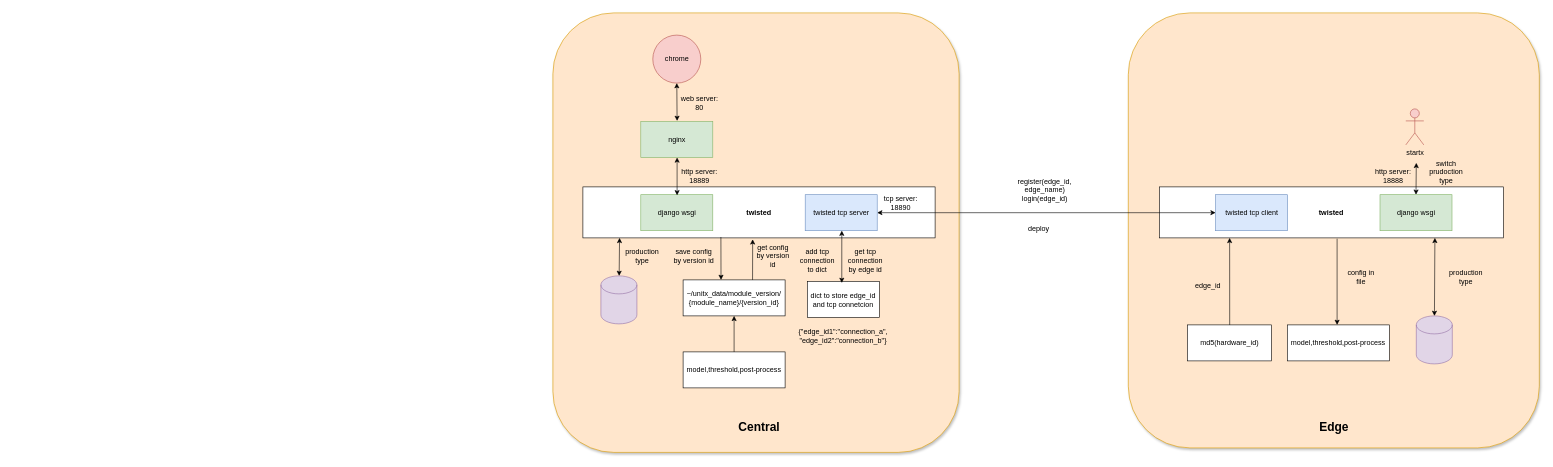
The draw.io diagram 未命名绘图.drawio in luoben137/roben, before the edit. Source tidied: cells renumbered, new cells numbered last; positions are measured from the earlier drawing's top-left corner, leaving out a move shared by most shapes. Both pictures are drawn from the tidied source at 60%, with x=0, y=0 at pixel (553, 13).
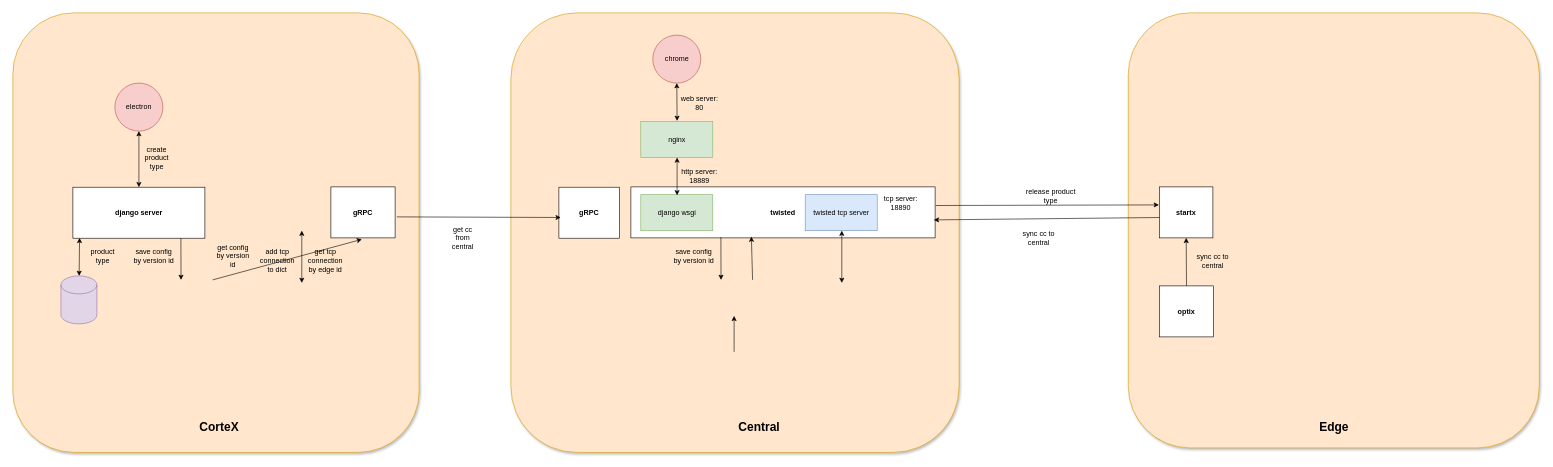
Above is the later version.

Commit message:
更新未命名绘图.drawio

Unchanged cells that the change refers to:
```xml
<mxCell id="43" value="twisted tcp server" style="rounded=0;whiteSpace=wrap;html=1;fillColor=#dae8fc;strokeColor=#6c8ebf;" parent="1" vertex="1">
  <mxGeometry x="420.5" y="303" width="120" height="60" as="geometry" />
</mxCell>
```

Diff of the diagram source:
```diff
@@
     <mxCell id="3" style="rounded=1;whiteSpace=wrap;html=1;fillColor=#ffe6cc;strokeColor=#d79b00;shadow=1;" parent="1" vertex="1">
-      <mxGeometry width="677" height="732.5" as="geometry" />
+      <mxGeometry x="-70" width="747" height="732.5" as="geometry" />
     </mxCell>
     <mxCell id="4" value="&lt;b&gt;twisted&lt;/b&gt;" style="rounded=0;whiteSpace=wrap;html=1;fontSize=12;fontStyle=0;fontColor=default;fontFamily=Helvetica;" parent="1" vertex="1">
-      <mxGeometry x="50" y="290" width="587" height="85" as="geometry" />
+      <mxGeometry x="130" y="290" width="507" height="85" as="geometry" />
     </mxCell>
-    <mxCell id="5" value="&lt;span style=&quot;font-size: 12px;&quot; data-lucid-content=&quot;{&amp;quot;t&amp;quot;:&amp;quot;CorteX Backend Service&amp;quot;,&amp;quot;m&amp;quot;:[{&amp;quot;s&amp;quot;:0,&amp;quot;n&amp;quot;:&amp;quot;fsp&amp;quot;,&amp;quot;v&amp;quot;:&amp;quot;ss_presetShapeStyle1_textStyle&amp;quot;,&amp;quot;e&amp;quot;:22},{&amp;quot;s&amp;quot;:0,&amp;quot;n&amp;quot;:&amp;quot;fsp2&amp;quot;,&amp;quot;v&amp;quot;:&amp;quot;ss_presetShapeStyle1_textStyle&amp;quot;,&amp;quot;e&amp;quot;:22},{&amp;quot;s&amp;quot;:0,&amp;quot;n&amp;quot;:&amp;quot;s&amp;quot;,&amp;quot;v&amp;quot;:22.22222222222222,&amp;quot;e&amp;quot;:22}]}&quot;&gt;&lt;span style=&quot;font-size: 12px;&quot;&gt;&lt;b&gt;twisted&lt;/b&gt;&lt;/span&gt;&lt;/span&gt;" style="rounded=0;whiteSpace=wrap;html=1;fontSize=12;fontStyle=0;fontColor=default;fontFamily=Helvetica;" parent="1" vertex="1">
-      <mxGeometry x="1011" y="290" width="573" height="85" as="geometry" />
+    <mxCell id="5" value="&lt;span style=&quot;font-size: 12px;&quot; data-lucid-content=&quot;{&amp;quot;t&amp;quot;:&amp;quot;CorteX Backend Service&amp;quot;,&amp;quot;m&amp;quot;:[{&amp;quot;s&amp;quot;:0,&amp;quot;n&amp;quot;:&amp;quot;fsp&amp;quot;,&amp;quot;v&amp;quot;:&amp;quot;ss_presetShapeStyle1_textStyle&amp;quot;,&amp;quot;e&amp;quot;:22},{&amp;quot;s&amp;quot;:0,&amp;quot;n&amp;quot;:&amp;quot;fsp2&amp;quot;,&amp;quot;v&amp;quot;:&amp;quot;ss_presetShapeStyle1_textStyle&amp;quot;,&amp;quot;e&amp;quot;:22},{&amp;quot;s&amp;quot;:0,&amp;quot;n&amp;quot;:&amp;quot;s&amp;quot;,&amp;quot;v&amp;quot;:22.22222222222222,&amp;quot;e&amp;quot;:22}]}&quot;&gt;&lt;span style=&quot;font-size: 12px;&quot;&gt;&lt;b&gt;startx&lt;/b&gt;&lt;/span&gt;&lt;/span&gt;" style="rounded=0;whiteSpace=wrap;html=1;fontSize=12;fontStyle=0;fontColor=default;fontFamily=Helvetica;" parent="1" vertex="1">
+      <mxGeometry x="1011" y="290" width="89" height="85" as="geometry" />
     </mxCell>
-    <mxCell id="6" value="&lt;div style=&quot;font-size: 12px;&quot;&gt;register(edge_id, edge_name)&lt;/div&gt;&lt;div style=&quot;font-size: 12px;&quot;&gt;login(edge_id)&lt;/div&gt;" style="text;strokeColor=none;align=center;fillColor=none;html=1;verticalAlign=middle;whiteSpace=wrap;rounded=0;fontSize=12;fontStyle=0;fontColor=default;fontFamily=Helvetica;" parent="1" vertex="1">
-      <mxGeometry x="760" y="280" width="120" height="30" as="geometry" />
-    </mxCell>
-    <mxCell id="7" value="model,threshold,post-process" style="rounded=0;whiteSpace=wrap;html=1;fontSize=12;fontStyle=0;fontColor=default;fontFamily=Helvetica;" parent="1" vertex="1">
-      <mxGeometry x="217" y="565" width="170" height="60" as="geometry" />
-    </mxCell>
-    <mxCell id="8" value="model,threshold,post-process" style="rounded=0;whiteSpace=wrap;html=1;fontSize=12;fontStyle=0;fontColor=default;fontFamily=Helvetica;" parent="1" vertex="1">
-      <mxGeometry x="1224" y="520" width="170" height="60" as="geometry" />
-    </mxCell>
-    <mxCell id="9" style="endArrow=classic;html=1;rounded=0;exitX=0.795;exitY=1.057;exitDx=0;exitDy=0;exitPerimeter=0;entryX=0.5;entryY=0;entryDx=0;entryDy=0;" parent="1" edge="1">
-      <mxGeometry relative="1" as="geometry">
-        <mxPoint x="1307" y="376.4" as="sourcePoint" />
-        <mxPoint x="1307" y="520" as="targetPoint" />
-      </mxGeometry>
-    </mxCell>
-    <mxCell id="10" value="~/unitx_data/module_version/&lt;div&gt;{module_name}/{version_id}&lt;/div&gt;" style="rounded=0;whiteSpace=wrap;html=1;fontSize=12;fontStyle=0;fontColor=default;fontFamily=Helvetica;" parent="1" vertex="1">
-      <mxGeometry x="217" y="445" width="170" height="60" as="geometry" />
-    </mxCell>
-    <mxCell id="11" style="endArrow=classic;html=1;rounded=0;exitX=0.5;exitY=0;exitDx=0;exitDy=0;" parent="1" edge="1" source="7" target="10">
-      <mxGeometry relative="1" as="geometry" />
+    <mxCell id="11" style="endArrow=classic;html=1;rounded=0;exitX=0.5;exitY=0;exitDx=0;exitDy=0;" parent="1" edge="1">
+      <mxGeometry relative="1" as="geometry">
+        <mxPoint x="302" y="565" as="sourcePoint" />
+        <mxPoint x="302" y="505" as="targetPoint" />
+      </mxGeometry>
     </mxCell>
@@
-    <mxCell id="16" style="shape=cylinder3;whiteSpace=wrap;html=1;boundedLbl=1;backgroundOutline=1;size=15;fillColor=#e1d5e7;strokeColor=#9673a6;" parent="1" vertex="1">
-      <mxGeometry x="80" y="438.3" width="60" height="80" as="geometry" />
-    </mxCell>
-    <mxCell id="17" style="endArrow=classic;startArrow=classic;html=1;rounded=0;entryX=0.087;entryY=1.028;entryDx=0;entryDy=0;entryPerimeter=0;" parent="1" edge="1" source="16">
-      <mxGeometry relative="1" as="geometry">
-        <mxPoint x="111.1" y="375" as="targetPoint" />
-      </mxGeometry>
-    </mxCell>
-    <mxCell id="18" value="production type" style="text;strokeColor=none;align=center;fillColor=none;html=1;verticalAlign=middle;whiteSpace=wrap;rounded=0;" parent="1" vertex="1">
-      <mxGeometry x="119" y="390.3" width="60" height="30" as="geometry" />
-    </mxCell>
-    <mxCell id="19" style="endArrow=classic;html=1;rounded=0;exitX=0.681;exitY=0;exitDx=0;exitDy=0;entryX=0.482;entryY=1.028;entryDx=0;entryDy=0;entryPerimeter=0;exitPerimeter=0;" parent="1" edge="1" source="10" target="4">
-      <mxGeometry relative="1" as="geometry" />
+    <mxCell id="19" style="endArrow=classic;html=1;rounded=0;exitX=0.681;exitY=0;exitDx=0;exitDy=0;entryX=0.396;entryY=0.976;entryDx=0;entryDy=0;entryPerimeter=0;exitPerimeter=0;" parent="1" edge="1" target="4">
+      <mxGeometry relative="1" as="geometry">
+        <mxPoint x="332.8" y="445" as="sourcePoint" />
+      </mxGeometry>
     </mxCell>
-    <mxCell id="20" value="get config by version id" style="text;strokeColor=none;align=center;fillColor=none;html=1;verticalAlign=middle;whiteSpace=wrap;rounded=0;" parent="1" vertex="1">
-      <mxGeometry x="337" y="390" width="60" height="30" as="geometry" />
-    </mxCell>
-    <mxCell id="21" style="shape=cylinder3;whiteSpace=wrap;html=1;boundedLbl=1;backgroundOutline=1;size=15;fillColor=#e1d5e7;strokeColor=#9673a6;" parent="1" vertex="1">
-      <mxGeometry x="1439" y="505" width="60" height="80" as="geometry" />
-    </mxCell>
-    <mxCell id="22" style="endArrow=classic;startArrow=classic;html=1;rounded=0;entryX=0.087;entryY=1.028;entryDx=0;entryDy=0;entryPerimeter=0;" parent="1" edge="1" source="21">
-      <mxGeometry relative="1" as="geometry">
-        <mxPoint x="1470" y="375" as="targetPoint" />
-      </mxGeometry>
-    </mxCell>
-    <mxCell id="23" value="production type" style="text;strokeColor=none;align=center;fillColor=none;html=1;verticalAlign=middle;whiteSpace=wrap;rounded=0;" parent="1" vertex="1">
-      <mxGeometry x="1492" y="425" width="60" height="30" as="geometry" />
+    <mxCell id="23" value="sync cc to central" style="text;strokeColor=none;align=center;fillColor=none;html=1;verticalAlign=middle;whiteSpace=wrap;rounded=0;" parent="1" vertex="1">
+      <mxGeometry x="1070" y="397.5" width="60" height="30" as="geometry" />
     </mxCell>
-    <mxCell id="24" value="config in file" style="text;strokeColor=none;align=center;fillColor=none;html=1;verticalAlign=middle;whiteSpace=wrap;rounded=0;" parent="1" vertex="1">
-      <mxGeometry x="1317" y="425" width="60" height="30" as="geometry" />
-    </mxCell>
-    <mxCell id="25" value="startx" style="shape=umlActor;verticalLabelPosition=bottom;verticalAlign=top;html=1;fillColor=#f8cecc;strokeColor=#b85450;" parent="1" vertex="1">
-      <mxGeometry x="1421.5" y="160" width="30" height="60" as="geometry" />
-    </mxCell>
-    <mxCell id="26" style="endArrow=classic;startArrow=classic;html=1;rounded=0;entryX=0.5;entryY=0;entryDx=0;entryDy=0;" parent="1" edge="1" target="45">
-      <mxGeometry relative="1" as="geometry">
-        <mxPoint x="1439" y="250" as="sourcePoint" />
-      </mxGeometry>
-    </mxCell>
-    <mxCell id="27" value="switch prudoction type" style="text;strokeColor=none;align=center;fillColor=none;html=1;verticalAlign=middle;whiteSpace=wrap;rounded=0;" parent="1" vertex="1">
-      <mxGeometry x="1458.5" y="250" width="60" height="30" as="geometry" />
-    </mxCell>
-    <mxCell id="28" value="deploy" style="text;strokeColor=none;align=center;fillColor=none;html=1;verticalAlign=middle;whiteSpace=wrap;rounded=0;" parent="1" vertex="1">
-      <mxGeometry x="780" y="345" width="60" height="30" as="geometry" />
+    <mxCell id="28" value="release product type" style="text;strokeColor=none;align=center;fillColor=none;html=1;verticalAlign=middle;whiteSpace=wrap;rounded=0;" parent="1" vertex="1">
+      <mxGeometry x="780" y="290.5" width="100" height="30" as="geometry" />
     </mxCell>
-    <mxCell id="29" value="dict to store edge_id and tcp connetcion" style="rounded=0;whiteSpace=wrap;html=1;" parent="1" vertex="1">
-      <mxGeometry x="424" y="447.5" width="120" height="60" as="geometry" />
-    </mxCell>
-    <mxCell id="30" value="add tcp connection to dict" style="text;strokeColor=none;align=center;fillColor=none;html=1;verticalAlign=middle;whiteSpace=wrap;rounded=0;" parent="1" vertex="1">
-      <mxGeometry x="411" y="397.5" width="60" height="30" as="geometry" />
-    </mxCell>
-    <mxCell id="31" value="get tcp connection by edge id" style="text;strokeColor=none;align=center;fillColor=none;html=1;verticalAlign=middle;whiteSpace=wrap;rounded=0;" parent="1" vertex="1">
-      <mxGeometry x="491" y="397.5" width="60" height="30" as="geometry" />
-    </mxCell>
@@
-    <mxCell id="33" value="{&quot;edge_id1&quot;:&quot;connection_a&quot;,&lt;div&gt;&quot;edge_id2&quot;:&quot;connection_b&quot;}&lt;/div&gt;" style="text;strokeColor=none;align=center;fillColor=none;html=1;verticalAlign=middle;whiteSpace=wrap;rounded=0;" parent="1" vertex="1">
-      <mxGeometry x="454" y="522.5" width="60" height="30" as="geometry" />
-    </mxCell>
-    <mxCell id="34" value="md5(hardware_id)&lt;div&gt;&lt;/div&gt;" style="rounded=0;whiteSpace=wrap;html=1;" parent="1" vertex="1">
-      <mxGeometry x="1057.5" y="520" width="140" height="60" as="geometry" />
-    </mxCell>
-    <mxCell id="35" style="endArrow=classic;html=1;rounded=0;entryX=0.204;entryY=1;entryDx=0;entryDy=0;entryPerimeter=0;" parent="1" edge="1" target="5">
-      <mxGeometry relative="1" as="geometry">
-        <mxPoint x="1128" y="520" as="sourcePoint" />
-      </mxGeometry>
-    </mxCell>
@@
-    <mxCell id="38" style="endArrow=classic;startArrow=classic;html=1;rounded=0;entryX=0.103;entryY=0.969;entryDx=0;entryDy=0;entryPerimeter=0;exitX=0.479;exitY=0.042;exitDx=0;exitDy=0;exitPerimeter=0;" parent="1" edge="1" source="29">
+    <mxCell id="38" style="endArrow=classic;startArrow=classic;html=1;rounded=0;entryX=0.103;entryY=0.969;entryDx=0;entryDy=0;entryPerimeter=0;exitX=0.479;exitY=0.042;exitDx=0;exitDy=0;exitPerimeter=0;" parent="1" edge="1">
       <mxGeometry relative="1" as="geometry">
+        <mxPoint x="481.5" y="450" as="sourcePoint" />
         <mxPoint x="481.5" y="363" as="targetPoint" />
       </mxGeometry>
     </mxCell>
@@
-    <mxCell id="40" style="endArrow=classic;startArrow=classic;html=1;rounded=0;exitX=1;exitY=0.5;exitDx=0;exitDy=0;entryX=0;entryY=0.5;entryDx=0;entryDy=0;" parent="1" edge="1" source="43" target="44">
-      <mxGeometry relative="1" as="geometry" />
-    </mxCell>
-    <mxCell id="41" value="http server: 18888" style="text;strokeColor=none;align=center;fillColor=none;html=1;verticalAlign=middle;whiteSpace=wrap;rounded=0;" parent="1" vertex="1">
-      <mxGeometry x="1362" y="257" width="77" height="30" as="geometry" />
-    </mxCell>
@@
-    <mxCell id="44" value="twisted tcp client" style="rounded=0;whiteSpace=wrap;html=1;fillColor=#dae8fc;strokeColor=#6c8ebf;" parent="1" vertex="1">
-      <mxGeometry x="1104.5" y="303" width="120" height="60" as="geometry" />
-    </mxCell>
-    <mxCell id="45" value="django wsgi" style="rounded=0;whiteSpace=wrap;html=1;fillColor=#d5e8d4;strokeColor=#82b366;" parent="1" vertex="1">
-      <mxGeometry x="1378.5" y="303" width="120" height="60" as="geometry" />
-    </mxCell>
-    <mxCell id="46" value="edge_id" style="text;strokeColor=none;align=center;fillColor=none;html=1;verticalAlign=middle;whiteSpace=wrap;rounded=0;" parent="1" vertex="1">
-      <mxGeometry x="1062" y="440" width="60" height="30" as="geometry" />
-    </mxCell>
@@
+    <mxCell id="50" style="rounded=1;whiteSpace=wrap;html=1;fillColor=#ffe6cc;strokeColor=#d79b00;shadow=1;" parent="1" vertex="1">
+      <mxGeometry x="-900" width="677" height="732.5" as="geometry" />
+    </mxCell>
+    <mxCell id="51" value="&lt;b&gt;gRPC&lt;/b&gt;" style="rounded=0;whiteSpace=wrap;html=1;fontSize=12;fontStyle=0;fontColor=default;fontFamily=Helvetica;" parent="1" vertex="1">
+      <mxGeometry x="-370" y="290" width="107" height="85" as="geometry" />
+    </mxCell>
+    <mxCell id="52" style="endArrow=classic;html=1;rounded=0;exitX=0.429;exitY=0.977;exitDx=0;exitDy=0;exitPerimeter=0;entryX=0.5;entryY=0;entryDx=0;entryDy=0;" parent="1" edge="1">
+      <mxGeometry relative="1" as="geometry">
+        <mxPoint x="-620" y="373.6" as="sourcePoint" />
+        <mxPoint x="-619.8" y="445" as="targetPoint" />
+      </mxGeometry>
+    </mxCell>
+    <mxCell id="53" value="save config by version id&lt;div&gt;&lt;/div&gt;" style="text;strokeColor=none;align=center;fillColor=none;html=1;verticalAlign=middle;whiteSpace=wrap;rounded=0;" parent="1" vertex="1">
+      <mxGeometry x="-700" y="390" width="70" height="30" as="geometry" />
+    </mxCell>
+    <mxCell id="54" value="CorteX" style="text;strokeColor=none;align=center;fillColor=none;html=1;verticalAlign=middle;whiteSpace=wrap;rounded=0;fontSize=20;fontStyle=1;" parent="1" vertex="1">
+      <mxGeometry x="-586.5" y="675" width="60" height="30" as="geometry" />
+    </mxCell>
+    <mxCell id="55" style="shape=cylinder3;whiteSpace=wrap;html=1;boundedLbl=1;backgroundOutline=1;size=15;fillColor=#e1d5e7;strokeColor=#9673a6;" parent="1" vertex="1">
+      <mxGeometry x="-820" y="438.3" width="60" height="80" as="geometry" />
+    </mxCell>
+    <mxCell id="56" style="endArrow=classic;startArrow=classic;html=1;rounded=0;entryX=0.087;entryY=1.028;entryDx=0;entryDy=0;entryPerimeter=0;" parent="1" edge="1" source="55">
+      <mxGeometry relative="1" as="geometry">
+        <mxPoint x="-788.9" y="375" as="targetPoint" />
+      </mxGeometry>
+    </mxCell>
+    <mxCell id="57" value="create product type" style="text;strokeColor=none;align=center;fillColor=none;html=1;verticalAlign=middle;whiteSpace=wrap;rounded=0;" parent="1" vertex="1">
+      <mxGeometry x="-690" y="227" width="60" height="30" as="geometry" />
+    </mxCell>
+    <mxCell id="58" style="endArrow=classic;html=1;rounded=0;exitX=0.681;exitY=0;exitDx=0;exitDy=0;entryX=0.482;entryY=1.028;entryDx=0;entryDy=0;entryPerimeter=0;exitPerimeter=0;" parent="1" edge="1" target="51">
+      <mxGeometry relative="1" as="geometry">
+        <mxPoint x="-567.2" y="445" as="sourcePoint" />
+      </mxGeometry>
+    </mxCell>
+    <mxCell id="20" value="get config by version id" style="text;strokeColor=none;align=center;fillColor=none;html=1;verticalAlign=middle;whiteSpace=wrap;rounded=0;" parent="1" vertex="1">
+      <mxGeometry x="-563" y="390" width="60" height="30" as="geometry" />
+    </mxCell>
+    <mxCell id="30" value="add tcp connection to dict" style="text;strokeColor=none;align=center;fillColor=none;html=1;verticalAlign=middle;whiteSpace=wrap;rounded=0;" parent="1" vertex="1">
+      <mxGeometry x="-489" y="397.5" width="60" height="30" as="geometry" />
+    </mxCell>
+    <mxCell id="31" value="get tcp connection by edge id" style="text;strokeColor=none;align=center;fillColor=none;html=1;verticalAlign=middle;whiteSpace=wrap;rounded=0;" parent="1" vertex="1">
+      <mxGeometry x="-409" y="397.5" width="60" height="30" as="geometry" />
+    </mxCell>
+    <mxCell id="59" value="electron" style="ellipse;whiteSpace=wrap;html=1;fillColor=#f8cecc;strokeColor=#b85450;" parent="1" vertex="1">
+      <mxGeometry x="-730" y="117" width="80" height="80" as="geometry" />
+    </mxCell>
+    <mxCell id="60" style="endArrow=classic;startArrow=classic;html=1;rounded=0;exitX=0.5;exitY=1;exitDx=0;exitDy=0;" parent="1" edge="1" source="59" target="63">
+      <mxGeometry relative="1" as="geometry" />
+    </mxCell>
+    <mxCell id="61" style="endArrow=classic;startArrow=classic;html=1;rounded=0;entryX=0.103;entryY=0.969;entryDx=0;entryDy=0;entryPerimeter=0;exitX=0.479;exitY=0.042;exitDx=0;exitDy=0;exitPerimeter=0;" parent="1" edge="1">
+      <mxGeometry relative="1" as="geometry">
+        <mxPoint x="-418.5" y="450" as="sourcePoint" />
+        <mxPoint x="-418.5" y="363" as="targetPoint" />
+      </mxGeometry>
+    </mxCell>
+    <mxCell id="62" value="&lt;b&gt;gRPC&lt;/b&gt;" style="rounded=0;whiteSpace=wrap;html=1;fontSize=12;fontStyle=0;fontColor=default;fontFamily=Helvetica;" parent="1" vertex="1">
+      <mxGeometry x="10" y="290.5" width="101" height="85" as="geometry" />
+    </mxCell>
+    <mxCell id="63" value="&lt;b&gt;django server&lt;/b&gt;" style="rounded=0;whiteSpace=wrap;html=1;fontSize=12;fontStyle=0;fontColor=default;fontFamily=Helvetica;" parent="1" vertex="1">
+      <mxGeometry x="-800" y="290.5" width="220" height="85" as="geometry" />
+    </mxCell>
+    <mxCell id="64" value="sync cc to central" style="text;strokeColor=none;align=center;fillColor=none;html=1;verticalAlign=middle;whiteSpace=wrap;rounded=0;" parent="1" vertex="1">
+      <mxGeometry x="780" y="360" width="60" height="30" as="geometry" />
+    </mxCell>
+    <mxCell id="65" value="product type" style="text;strokeColor=none;align=center;fillColor=none;html=1;verticalAlign=middle;whiteSpace=wrap;rounded=0;" parent="1" vertex="1">
+      <mxGeometry x="-780" y="390" width="60" height="30" as="geometry" />
+    </mxCell>
+    <mxCell id="66" value="&lt;b&gt;optix&lt;/b&gt;" style="rounded=0;whiteSpace=wrap;html=1;fontSize=12;fontStyle=0;fontColor=default;fontFamily=Helvetica;" parent="1" vertex="1">
+      <mxGeometry x="1011" y="455" width="90" height="85" as="geometry" />
+    </mxCell>
+    <mxCell id="67" style="endArrow=classic;html=1;rounded=0;exitX=0.5;exitY=0;exitDx=0;exitDy=0;entryX=0.5;entryY=1;entryDx=0;entryDy=0;" parent="1" edge="1" source="66" target="5">
+      <mxGeometry relative="1" as="geometry" />
+    </mxCell>
+    <mxCell id="68" style="endArrow=classic;html=1;rounded=0;entryX=0.996;entryY=0.647;entryDx=0;entryDy=0;entryPerimeter=0;exitX=0;exitY=0.6;exitDx=0;exitDy=0;exitPerimeter=0;" parent="1" edge="1" source="5" target="4">
+      <mxGeometry relative="1" as="geometry" />
+    </mxCell>
+    <mxCell id="69" style="endArrow=classic;html=1;rounded=0;exitX=1.002;exitY=0.365;exitDx=0;exitDy=0;exitPerimeter=0;" parent="1" edge="1" source="4">
+      <mxGeometry relative="1" as="geometry">
+        <mxPoint x="1010" y="320" as="targetPoint" />
+      </mxGeometry>
+    </mxCell>
+    <mxCell id="70" style="endArrow=classic;html=1;rounded=0;exitX=1.028;exitY=0.588;exitDx=0;exitDy=0;exitPerimeter=0;entryX=0.03;entryY=0.594;entryDx=0;entryDy=0;entryPerimeter=0;" parent="1" edge="1" source="51" target="62">
+      <mxGeometry relative="1" as="geometry" />
+    </mxCell>
+    <mxCell id="71" value="get cc from central" style="text;strokeColor=none;align=center;fillColor=none;html=1;verticalAlign=middle;whiteSpace=wrap;rounded=0;" parent="1" vertex="1">
+      <mxGeometry x="-180" y="360" width="60" height="30" as="geometry" />
+    </mxCell>
```
